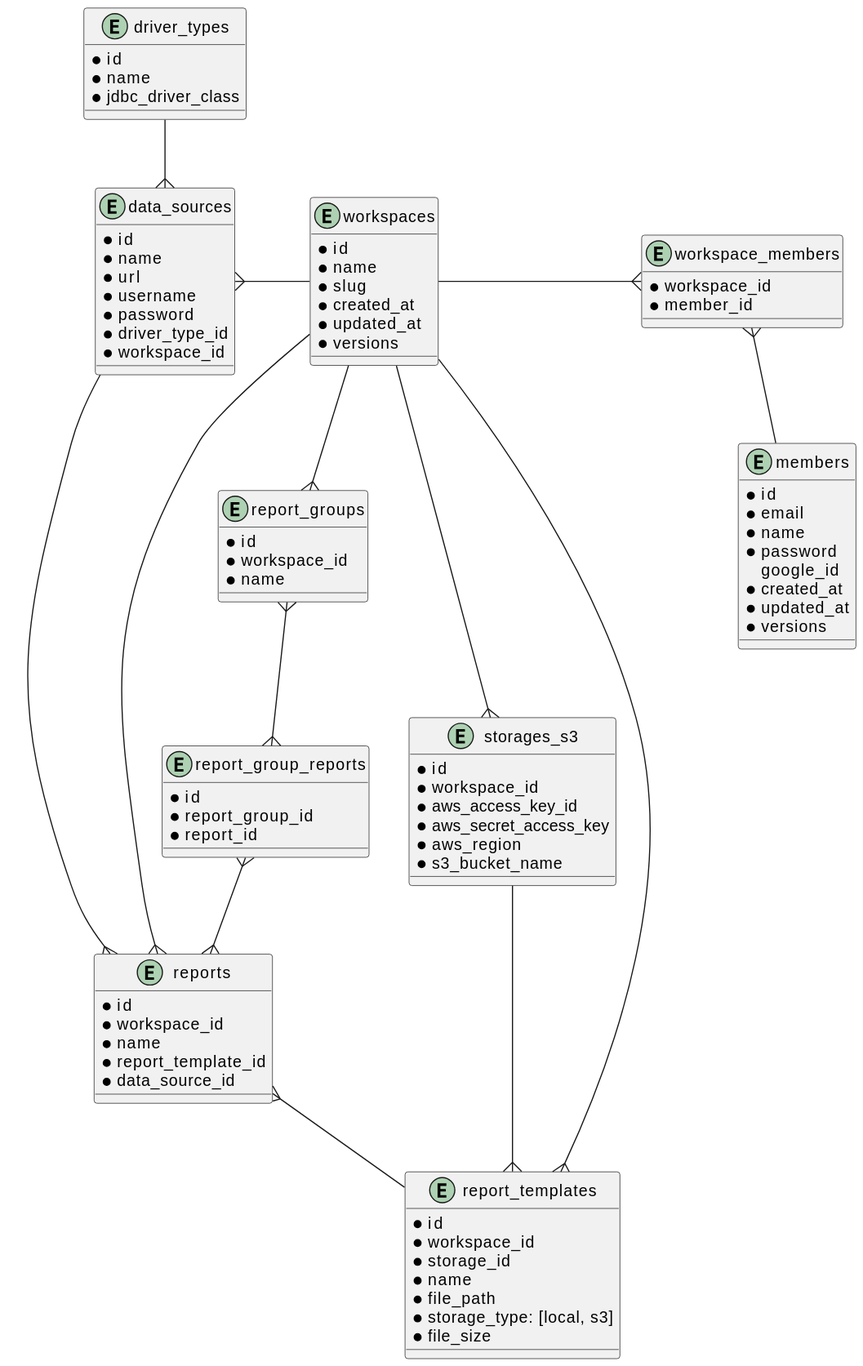
The PlantUML diagram docs/db/diagram.svg in ijufumi/openreports-api, before a commit.
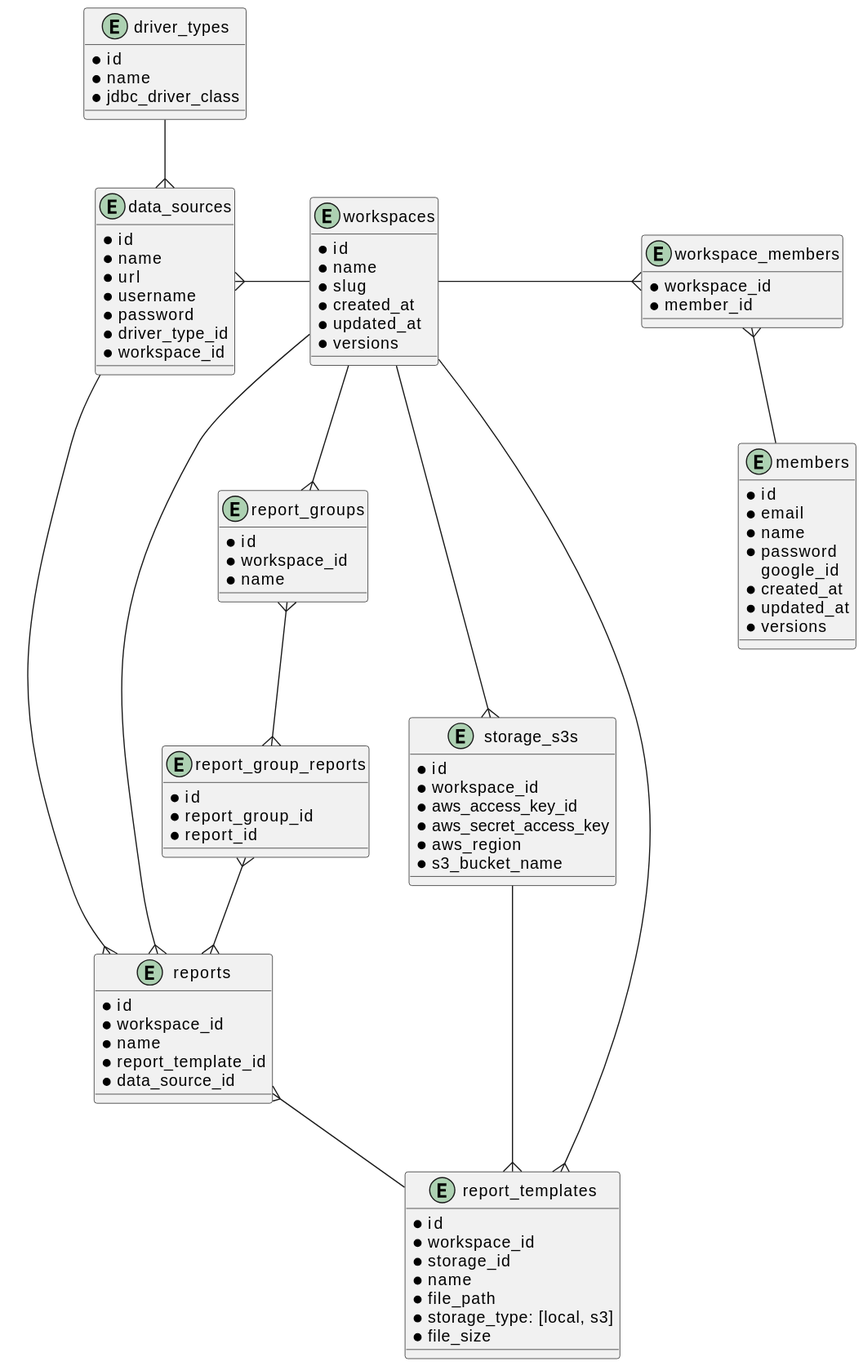
The same diagram one commit later.

The edit, as a diff of the source:
```diff
@@ -70,7 +70,7 @@
   * report_id
 }
 
-entity storages_s3 {
+entity storage_s3s {
   * id
   * workspace_id
   * aws_access_key_id
@@ -90,6 +90,6 @@
 report_group_reports }--{ reports
 driver_types --{ data_sources
 data_sources --{ reports
-workspaces --{ storages_s3
-storages_s3 --{ report_templates
+workspaces --{ storage_s3s
+storage_s3s --{ report_templates
 @enduml
```
